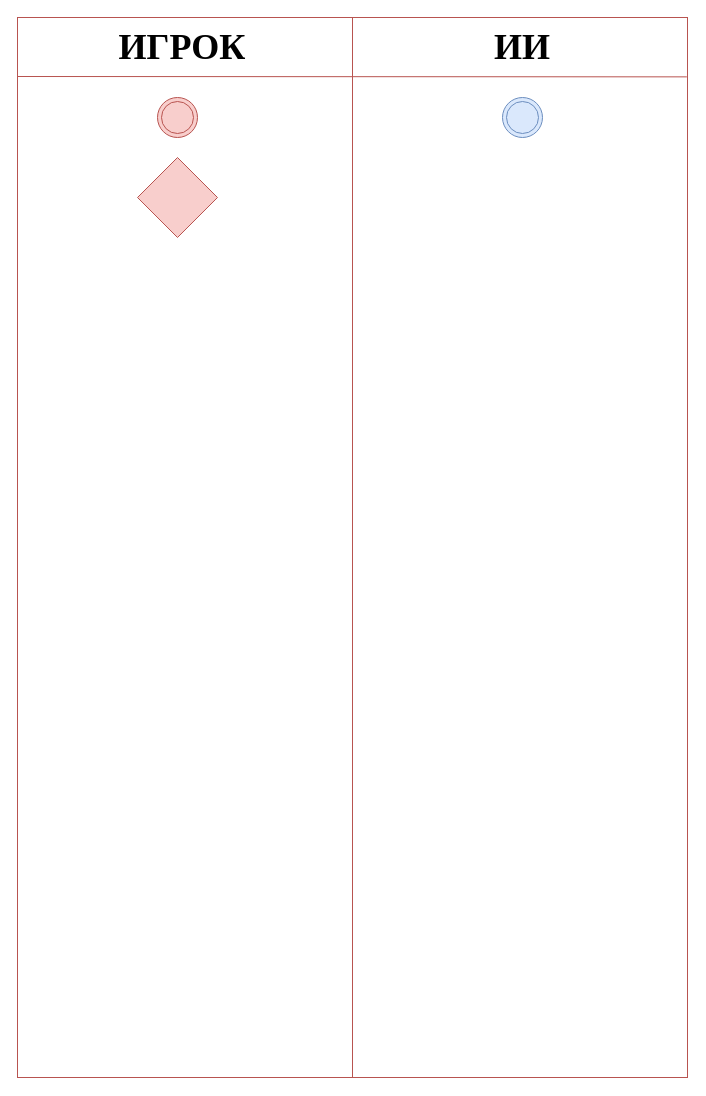
Earlier version of the draw.io diagram Диаграмма без названия.drawio (GOAshi/diplom). Source tidied: cells renumbered, new cells numbered last; positions are measured from the earlier drawing's top-left corner, leaving out a move shared by most shapes. Both pictures are drawn from the tidied source at 100%, with x=0, y=0 at pixel (17, 17).
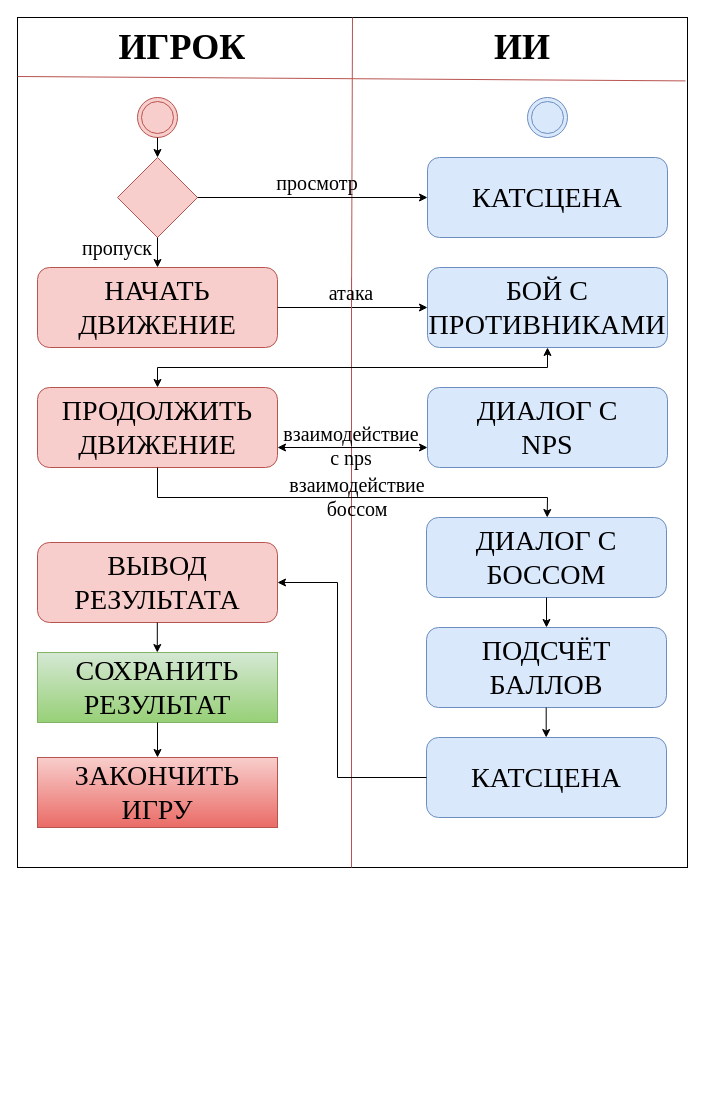
The same diagram, later.

Change to the diagram source:
```diff
@@
-    <mxCell id="2" style="rounded=0;whiteSpace=wrap;html=1;fillColor=none;strokeColor=#b85450;" parent="1" vertex="1">
-      <mxGeometry width="670" height="1060" as="geometry" />
-    </mxCell>
+    <mxCell id="10" style="rounded=0;whiteSpace=wrap;html=1;" parent="1" vertex="1">
+      <mxGeometry width="670" height="850" as="geometry" />
+    </mxCell>
-    <mxCell id="3" style="endArrow=none;html=1;rounded=0;entryX=0.5;entryY=0;entryDx=0;entryDy=0;exitX=0.5;exitY=1;exitDx=0;exitDy=0;fillColor=#f8cecc;strokeColor=#b85450;" parent="1" edge="1" source="2" target="2">
-      <mxGeometry relative="1" as="geometry" />
+    <mxCell id="3" style="endArrow=none;html=1;rounded=0;entryX=0.5;entryY=0;entryDx=0;entryDy=0;exitX=0.5;exitY=1;exitDx=0;exitDy=0;fillColor=#f8cecc;strokeColor=#b85450;" parent="1" edge="1" source="24">
+      <mxGeometry relative="1" as="geometry">
+        <mxPoint x="335" as="targetPoint" />
+      </mxGeometry>
     </mxCell>
-    <mxCell id="4" style="endArrow=none;html=1;rounded=0;entryX=0.999;entryY=0.056;entryDx=0;entryDy=0;entryPerimeter=0;fillColor=#f8cecc;strokeColor=#b85450;" parent="1" edge="1" target="2">
+    <mxCell id="4" style="endArrow=none;html=1;rounded=0;entryX=0.997;entryY=0.042;entryDx=0;entryDy=0;entryPerimeter=0;fillColor=#f8cecc;strokeColor=#b85450;" parent="1" edge="1">
       <mxGeometry relative="1" as="geometry">
         <mxPoint y="59" as="sourcePoint" />
+        <mxPoint x="668" y="63.4" as="targetPoint" />
       </mxGeometry>
     </mxCell>
@@
     <mxCell id="7" style="ellipse;shape=doubleEllipse;whiteSpace=wrap;html=1;fillColor=#dae8fc;strokeColor=#6c8ebf;" parent="1" vertex="1">
-      <mxGeometry x="485" y="80" width="40" height="40" as="geometry" />
+      <mxGeometry x="510" y="80" width="40" height="40" as="geometry" />
     </mxCell>
     <mxCell id="8" style="ellipse;shape=doubleEllipse;whiteSpace=wrap;html=1;fillColor=#f8cecc;strokeColor=#b85450;" parent="1" vertex="1">
-      <mxGeometry x="140" y="80" width="40" height="40" as="geometry" />
+      <mxGeometry x="120" y="80" width="40" height="40" as="geometry" />
     </mxCell>
     <mxCell id="9" style="rhombus;whiteSpace=wrap;html=1;fillColor=#f8cecc;strokeColor=#b85450;" parent="1" vertex="1">
-      <mxGeometry x="120" y="140" width="80" height="80" as="geometry" />
+      <mxGeometry x="100" y="140" width="80" height="80" as="geometry" />
     </mxCell>
+    <mxCell id="11" style="rounded=1;whiteSpace=wrap;html=1;fillColor=#dae8fc;strokeColor=#6c8ebf;" parent="1" vertex="1">
+      <mxGeometry x="410" y="140" width="240" height="80" as="geometry" />
+    </mxCell>
+    <mxCell id="12" value="&lt;font face=&quot;Times New Roman&quot;&gt;&lt;span style=&quot;font-size: 28px;&quot;&gt;КАТСЦЕНА&lt;/span&gt;&lt;/font&gt;" style="text;html=1;align=center;verticalAlign=middle;whiteSpace=wrap;rounded=0;" parent="1" vertex="1">
+      <mxGeometry x="445" y="150" width="170" height="60" as="geometry" />
+    </mxCell>
+    <mxCell id="13" style="rounded=1;whiteSpace=wrap;html=1;fillColor=#f8cecc;strokeColor=#b85450;" parent="1" vertex="1">
+      <mxGeometry x="20" y="250" width="240" height="80" as="geometry" />
+    </mxCell>
+    <mxCell id="14" value="&lt;font face=&quot;Times New Roman&quot;&gt;&lt;span style=&quot;font-size: 28px;&quot;&gt;НАЧАТЬ ДВИЖЕНИЕ&lt;/span&gt;&lt;/font&gt;" style="text;html=1;align=center;verticalAlign=middle;whiteSpace=wrap;rounded=0;" parent="1" vertex="1">
+      <mxGeometry x="55" y="260" width="170" height="60" as="geometry" />
+    </mxCell>
+    <mxCell id="15" style="endArrow=classic;html=1;rounded=0;exitX=0.5;exitY=1;exitDx=0;exitDy=0;entryX=0.5;entryY=0;entryDx=0;entryDy=0;" parent="1" edge="1" source="8" target="9">
+      <mxGeometry relative="1" as="geometry" />
+    </mxCell>
+    <mxCell id="16" style="endArrow=classic;html=1;rounded=0;" parent="1" edge="1" source="9" target="13">
+      <mxGeometry relative="1" as="geometry" />
+    </mxCell>
+    <mxCell id="17" style="endArrow=classic;html=1;rounded=0;exitX=1;exitY=0.5;exitDx=0;exitDy=0;entryX=0;entryY=0.5;entryDx=0;entryDy=0;" parent="1" edge="1" source="9" target="11">
+      <mxGeometry relative="1" as="geometry" />
+    </mxCell>
+    <mxCell id="18" value="&lt;font face=&quot;Times New Roman&quot;&gt;просмотр&lt;/font&gt;" style="text;html=1;align=center;verticalAlign=middle;whiteSpace=wrap;rounded=0;fontSize=20;" parent="1" vertex="1">
+      <mxGeometry x="270" y="150" width="60" height="30" as="geometry" />
+    </mxCell>
+    <mxCell id="19" value="&lt;font face=&quot;Times New Roman&quot;&gt;пропуск&lt;/font&gt;" style="text;html=1;align=center;verticalAlign=middle;whiteSpace=wrap;rounded=0;fontSize=20;" parent="1" vertex="1">
+      <mxGeometry x="70" y="215" width="60" height="30" as="geometry" />
+    </mxCell>
+    <mxCell id="20" style="rounded=1;whiteSpace=wrap;html=1;fillColor=#dae8fc;strokeColor=#6c8ebf;" parent="1" vertex="1">
+      <mxGeometry x="410" y="250" width="240" height="80" as="geometry" />
+    </mxCell>
+    <mxCell id="21" style="endArrow=classic;html=1;rounded=0;exitX=1;exitY=0.5;exitDx=0;exitDy=0;entryX=0;entryY=0.5;entryDx=0;entryDy=0;" parent="1" edge="1" source="13" target="20">
+      <mxGeometry relative="1" as="geometry" />
+    </mxCell>
+    <mxCell id="22" value="&lt;font face=&quot;Times New Roman&quot;&gt;&lt;span style=&quot;font-size: 28px;&quot;&gt;БОЙ С ПРОТИВНИКАМИ&lt;/span&gt;&lt;/font&gt;" style="text;html=1;align=center;verticalAlign=middle;whiteSpace=wrap;rounded=0;" parent="1" vertex="1">
+      <mxGeometry x="445" y="260" width="170" height="60" as="geometry" />
+    </mxCell>
+    <mxCell id="23" style="endArrow=none;html=1;rounded=0;entryX=0.5;entryY=0;entryDx=0;entryDy=0;fillColor=#f8cecc;strokeColor=#b85450;" parent="1" edge="1" target="24">
+      <mxGeometry relative="1" as="geometry">
+        <mxPoint x="334" y="850" as="sourcePoint" />
+      </mxGeometry>
+    </mxCell>
+    <mxCell id="24" value="&lt;font face=&quot;Times New Roman&quot;&gt;атака&lt;/font&gt;" style="text;html=1;align=center;verticalAlign=middle;whiteSpace=wrap;rounded=0;fontSize=20;" parent="1" vertex="1">
+      <mxGeometry x="304" y="260" width="60" height="30" as="geometry" />
+    </mxCell>
+    <mxCell id="25" style="rounded=1;whiteSpace=wrap;html=1;fillColor=#f8cecc;strokeColor=#b85450;" parent="1" vertex="1">
+      <mxGeometry x="20" y="370" width="240" height="80" as="geometry" />
+    </mxCell>
+    <mxCell id="26" value="&lt;font face=&quot;Times New Roman&quot;&gt;&lt;span style=&quot;font-size: 28px;&quot;&gt;ПРОДОЛЖИТЬ ДВИЖЕНИЕ&lt;/span&gt;&lt;/font&gt;" style="text;html=1;align=center;verticalAlign=middle;whiteSpace=wrap;rounded=0;" parent="1" vertex="1">
+      <mxGeometry x="55" y="380" width="170" height="60" as="geometry" />
+    </mxCell>
+    <mxCell id="27" style="rounded=1;whiteSpace=wrap;html=1;fillColor=#dae8fc;strokeColor=#6c8ebf;" parent="1" vertex="1">
+      <mxGeometry x="410" y="370" width="240" height="80" as="geometry" />
+    </mxCell>
+    <mxCell id="28" value="&lt;font face=&quot;Times New Roman&quot;&gt;&lt;span style=&quot;font-size: 28px;&quot;&gt;ДИАЛОГ С NPS&lt;/span&gt;&lt;/font&gt;" style="text;html=1;align=center;verticalAlign=middle;whiteSpace=wrap;rounded=0;" parent="1" vertex="1">
+      <mxGeometry x="445" y="380" width="170" height="60" as="geometry" />
+    </mxCell>
+    <mxCell id="29" value="&lt;font face=&quot;Times New Roman&quot;&gt;взаимодействие с nps&lt;/font&gt;" style="text;html=1;align=center;verticalAlign=middle;whiteSpace=wrap;rounded=0;fontSize=20;" parent="1" vertex="1">
+      <mxGeometry x="304" y="413" width="60" height="30" as="geometry" />
+    </mxCell>
+    <mxCell id="30" style="endArrow=classic;html=1;rounded=0;exitX=0.5;exitY=1;exitDx=0;exitDy=0;" parent="1" edge="1" source="25" target="31">
+      <mxGeometry relative="1" as="geometry">
+        <Array as="points">
+          <mxPoint x="140" y="480" />
+          <mxPoint x="530" y="480" />
+        </Array>
+      </mxGeometry>
+    </mxCell>
+    <mxCell id="31" style="rounded=1;whiteSpace=wrap;html=1;fillColor=#dae8fc;strokeColor=#6c8ebf;" parent="1" vertex="1">
+      <mxGeometry x="409" y="500" width="240" height="80" as="geometry" />
+    </mxCell>
+    <mxCell id="32" value="&lt;font face=&quot;Times New Roman&quot;&gt;взаимодействие боссом&lt;/font&gt;" style="text;html=1;align=center;verticalAlign=middle;whiteSpace=wrap;rounded=0;fontSize=20;" parent="1" vertex="1">
+      <mxGeometry x="310" y="464" width="60" height="30" as="geometry" />
+    </mxCell>
+    <mxCell id="33" value="&lt;font face=&quot;Times New Roman&quot;&gt;&lt;span style=&quot;font-size: 28px;&quot;&gt;ДИАЛОГ С БОССОМ&lt;/span&gt;&lt;/font&gt;" style="text;html=1;align=center;verticalAlign=middle;whiteSpace=wrap;rounded=0;" parent="1" vertex="1">
+      <mxGeometry x="444" y="510" width="170" height="60" as="geometry" />
+    </mxCell>
+    <mxCell id="34" style="rounded=1;whiteSpace=wrap;html=1;fillColor=#dae8fc;strokeColor=#6c8ebf;" parent="1" vertex="1">
+      <mxGeometry x="409" y="610" width="240" height="80" as="geometry" />
+    </mxCell>
+    <mxCell id="35" style="rounded=1;whiteSpace=wrap;html=1;fillColor=#dae8fc;strokeColor=#6c8ebf;" parent="1" vertex="1">
+      <mxGeometry x="409" y="720" width="240" height="80" as="geometry" />
+    </mxCell>
+    <mxCell id="36" value="&lt;font face=&quot;Times New Roman&quot;&gt;&lt;span style=&quot;font-size: 28px;&quot;&gt;КАТСЦЕНА&lt;/span&gt;&lt;/font&gt;" style="text;html=1;align=center;verticalAlign=middle;whiteSpace=wrap;rounded=0;" parent="1" vertex="1">
+      <mxGeometry x="444" y="730" width="170" height="60" as="geometry" />
+    </mxCell>
+    <mxCell id="37" value="&lt;font face=&quot;Times New Roman&quot;&gt;&lt;span style=&quot;font-size: 28px;&quot;&gt;ПОДСЧЁТ БАЛЛОВ&lt;/span&gt;&lt;/font&gt;" style="text;html=1;align=center;verticalAlign=middle;whiteSpace=wrap;rounded=0;" parent="1" vertex="1">
+      <mxGeometry x="444" y="620" width="170" height="60" as="geometry" />
+    </mxCell>
+    <mxCell id="38" style="endArrow=classic;html=1;rounded=0;entryX=0.5;entryY=0;entryDx=0;entryDy=0;" parent="1" edge="1" target="34">
+      <mxGeometry relative="1" as="geometry">
+        <mxPoint x="529" y="580" as="sourcePoint" />
+      </mxGeometry>
+    </mxCell>
+    <mxCell id="39" style="rounded=1;whiteSpace=wrap;html=1;fillColor=#f8cecc;strokeColor=#b85450;" parent="1" vertex="1">
+      <mxGeometry x="20" y="525" width="240" height="80" as="geometry" />
+    </mxCell>
+    <mxCell id="40" value="&lt;font face=&quot;Times New Roman&quot;&gt;&lt;span style=&quot;font-size: 28px;&quot;&gt;ВЫВОД РЕЗУЛЬТАТА&lt;/span&gt;&lt;/font&gt;" style="text;html=1;align=center;verticalAlign=middle;whiteSpace=wrap;rounded=0;" parent="1" vertex="1">
+      <mxGeometry x="55" y="535" width="170" height="60" as="geometry" />
+    </mxCell>
+    <mxCell id="41" style="rounded=0;whiteSpace=wrap;html=1;fillColor=#d5e8d4;strokeColor=#82b366;gradientColor=#97d077;" parent="1" vertex="1">
+      <mxGeometry x="20" y="635" width="240" height="70" as="geometry" />
+    </mxCell>
+    <mxCell id="42" value="&lt;font face=&quot;Times New Roman&quot;&gt;&lt;span style=&quot;font-size: 28px;&quot;&gt;СОХРАНИТЬ РЕЗУЛЬТАТ&lt;/span&gt;&lt;/font&gt;" style="text;html=1;align=center;verticalAlign=middle;whiteSpace=wrap;rounded=0;" parent="1" vertex="1">
+      <mxGeometry x="55" y="640" width="170" height="60" as="geometry" />
+    </mxCell>
+    <mxCell id="43" style="endArrow=classic;startArrow=classic;html=1;rounded=0;exitX=1;exitY=0.75;exitDx=0;exitDy=0;entryX=0;entryY=0.75;entryDx=0;entryDy=0;" parent="1" edge="1" source="25" target="27">
+      <mxGeometry relative="1" as="geometry" />
+    </mxCell>
+    <mxCell id="44" style="endArrow=classic;startArrow=classic;html=1;rounded=0;exitX=0.5;exitY=0;exitDx=0;exitDy=0;entryX=0.5;entryY=1;entryDx=0;entryDy=0;" parent="1" edge="1" source="25" target="20">
+      <mxGeometry relative="1" as="geometry">
+        <Array as="points">
+          <mxPoint x="140" y="350" />
+          <mxPoint x="530" y="350" />
+        </Array>
+      </mxGeometry>
+    </mxCell>
+    <mxCell id="45" style="endArrow=classic;html=1;rounded=0;entryX=0.5;entryY=0;entryDx=0;entryDy=0;" parent="1" edge="1">
+      <mxGeometry relative="1" as="geometry">
+        <mxPoint x="528.7" y="690" as="sourcePoint" />
+        <mxPoint x="528.7" y="720" as="targetPoint" />
+      </mxGeometry>
+    </mxCell>
+    <mxCell id="46" style="endArrow=classic;html=1;rounded=0;entryX=1;entryY=0.5;entryDx=0;entryDy=0;exitX=0;exitY=0.5;exitDx=0;exitDy=0;" parent="1" edge="1" source="35" target="39">
+      <mxGeometry relative="1" as="geometry">
+        <Array as="points">
+          <mxPoint x="320" y="760" />
+          <mxPoint x="320" y="565" />
+        </Array>
+      </mxGeometry>
+    </mxCell>
+    <mxCell id="47" style="endArrow=classic;html=1;rounded=0;entryX=0.5;entryY=0;entryDx=0;entryDy=0;" parent="1" edge="1">
+      <mxGeometry relative="1" as="geometry">
+        <mxPoint x="139.8" y="605" as="sourcePoint" />
+        <mxPoint x="139.8" y="635" as="targetPoint" />
+      </mxGeometry>
+    </mxCell>
+    <mxCell id="48" style="rounded=0;whiteSpace=wrap;html=1;fillColor=#f8cecc;strokeColor=#b85450;gradientColor=#ea6b66;" parent="1" vertex="1">
+      <mxGeometry x="20" y="740" width="240" height="70" as="geometry" />
+    </mxCell>
+    <mxCell id="49" value="&lt;font face=&quot;Times New Roman&quot;&gt;&lt;span style=&quot;font-size: 28px;&quot;&gt;ЗАКОНЧИТЬ ИГРУ&lt;/span&gt;&lt;/font&gt;" style="text;html=1;align=center;verticalAlign=middle;whiteSpace=wrap;rounded=0;" parent="1" vertex="1">
+      <mxGeometry x="55" y="745" width="170" height="60" as="geometry" />
+    </mxCell>
+    <mxCell id="50" style="endArrow=classic;html=1;rounded=0;entryX=0.5;entryY=0;entryDx=0;entryDy=0;exitX=0.5;exitY=1;exitDx=0;exitDy=0;" parent="1" edge="1" source="41" target="48">
+      <mxGeometry relative="1" as="geometry" />
+    </mxCell>
```
